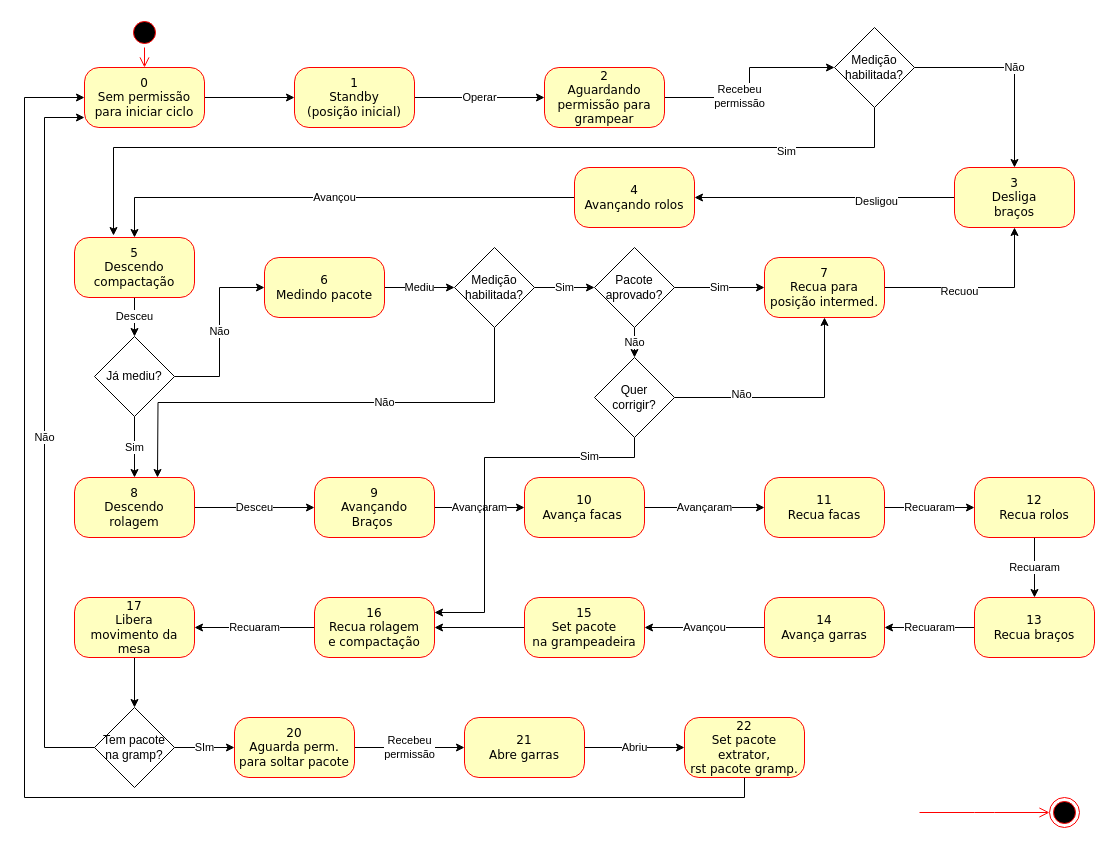
JonanMuller/M04196N03_Grampeadeira keeps this draw.io diagram as estadosGrampeadeiraV2.drawio. Above is the earlier version. Source tidied: cells renumbered, new cells numbered last; positions are measured from the earlier drawing's top-left corner, leaving out a move shared by most shapes. Both pictures are drawn from the tidied source at 100%, with x=0, y=0 at pixel (24, 17).
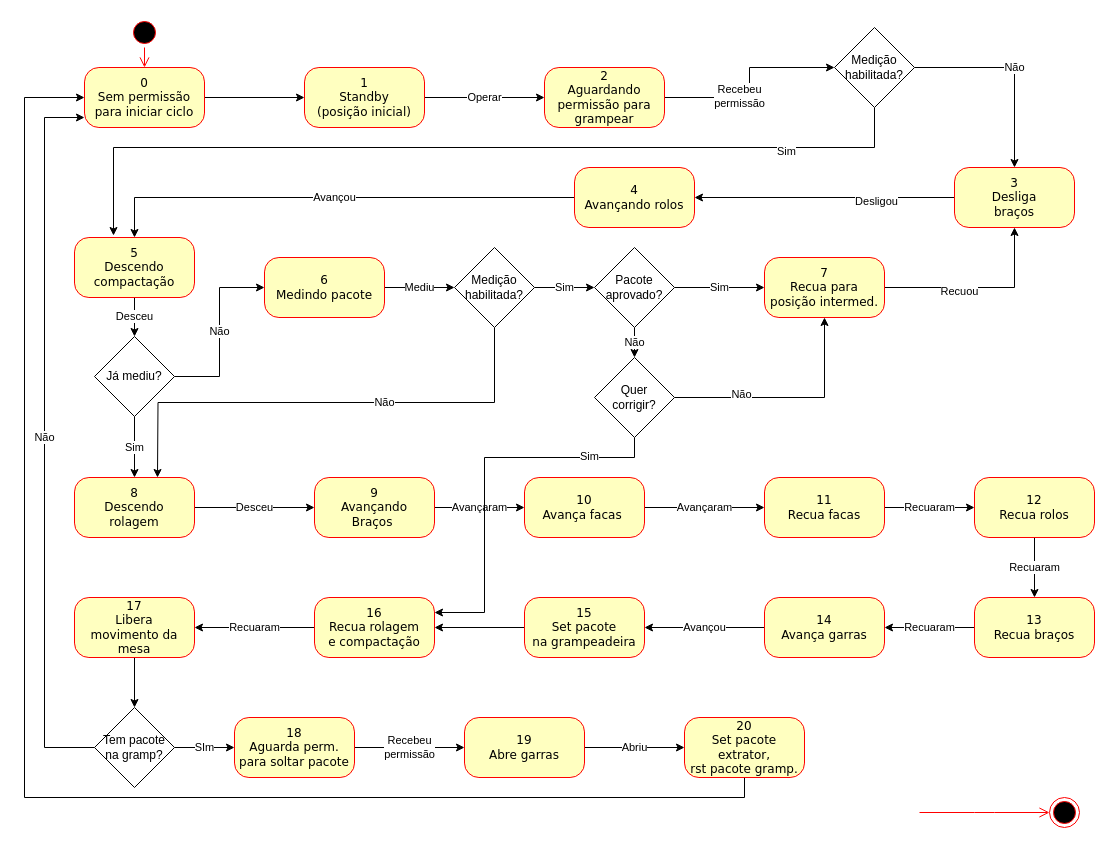
After the change.

Diff of the diagram source:
```diff
@@
     <mxCell id="26" value="1&lt;br&gt;Standby&lt;br&gt;(posição inicial)" style="rounded=1;whiteSpace=wrap;html=1;arcSize=24;fillColor=#ffffc0;strokeColor=#ff0000;shadow=0;comic=0;labelBackgroundColor=none;fontFamily=Verdana;fontSize=12;fontColor=#000000;align=center;" parent="1" vertex="1">
-      <mxGeometry x="270" y="50" width="120" height="60" as="geometry" />
+      <mxGeometry x="280" y="50" width="120" height="60" as="geometry" />
     </mxCell>
@@
-    <mxCell id="46" value="22&lt;br&gt;Set pacote extrator,&lt;br&gt;rst pacote gramp." style="rounded=1;whiteSpace=wrap;html=1;arcSize=24;fillColor=#ffffc0;strokeColor=#ff0000;shadow=0;comic=0;labelBackgroundColor=none;fontFamily=Verdana;fontSize=12;fontColor=#000000;align=center;" parent="1" vertex="1">
+    <mxCell id="46" value="20&lt;br&gt;Set pacote extrator,&lt;br&gt;rst pacote gramp." style="rounded=1;whiteSpace=wrap;html=1;arcSize=24;fillColor=#ffffc0;strokeColor=#ff0000;shadow=0;comic=0;labelBackgroundColor=none;fontFamily=Verdana;fontSize=12;fontColor=#000000;align=center;" parent="1" vertex="1">
       <mxGeometry x="660" y="700" width="120" height="60" as="geometry" />
     </mxCell>
@@
-    <mxCell id="53" value="20&lt;br&gt;Aguarda perm.&lt;br&gt;para soltar pacote" style="rounded=1;whiteSpace=wrap;html=1;arcSize=24;fillColor=#ffffc0;strokeColor=#ff0000;shadow=0;comic=0;labelBackgroundColor=none;fontFamily=Verdana;fontSize=12;fontColor=#000000;align=center;" parent="1" vertex="1">
+    <mxCell id="53" value="18&lt;br&gt;Aguarda perm.&lt;br&gt;para soltar pacote" style="rounded=1;whiteSpace=wrap;html=1;arcSize=24;fillColor=#ffffc0;strokeColor=#ff0000;shadow=0;comic=0;labelBackgroundColor=none;fontFamily=Verdana;fontSize=12;fontColor=#000000;align=center;" parent="1" vertex="1">
       <mxGeometry x="210" y="700" width="120" height="60" as="geometry" />
     </mxCell>
-    <mxCell id="54" value="21&lt;br&gt;Abre garras" style="rounded=1;whiteSpace=wrap;html=1;arcSize=24;fillColor=#ffffc0;strokeColor=#ff0000;shadow=0;comic=0;labelBackgroundColor=none;fontFamily=Verdana;fontSize=12;fontColor=#000000;align=center;" parent="1" vertex="1">
+    <mxCell id="54" value="19&lt;br&gt;Abre garras" style="rounded=1;whiteSpace=wrap;html=1;arcSize=24;fillColor=#ffffc0;strokeColor=#ff0000;shadow=0;comic=0;labelBackgroundColor=none;fontFamily=Verdana;fontSize=12;fontColor=#000000;align=center;" parent="1" vertex="1">
       <mxGeometry x="440" y="700" width="120" height="60" as="geometry" />
     </mxCell>
```
